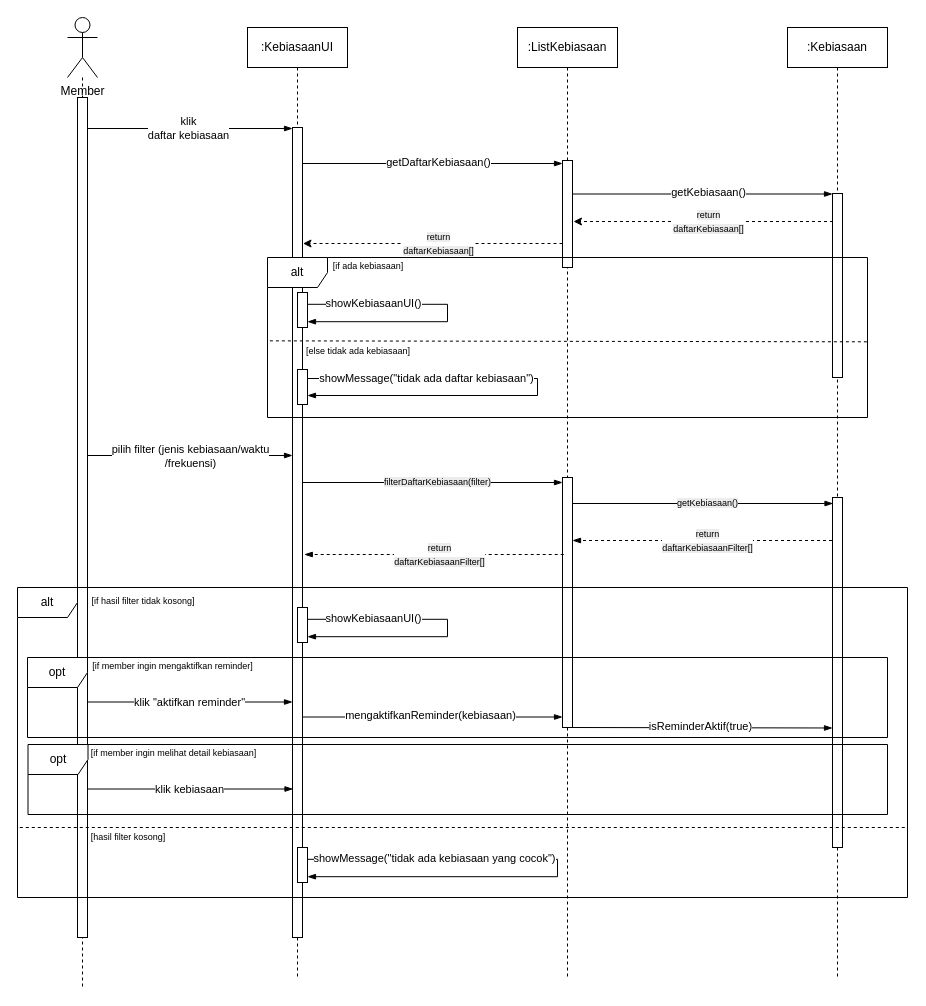
anthef/anthef keeps this draw.io diagram as page "Sequence Diagram" (1 of 2) of Diagram Tanpa Judul.drawio. Above is the earlier version. Source tidied: cells renumbered, new cells numbered last; positions are measured from the earlier drawing's top-left corner, leaving out a move shared by most shapes. Both pictures are drawn from the tidied source at 100%, with x=0, y=0 at pixel (17, 17).
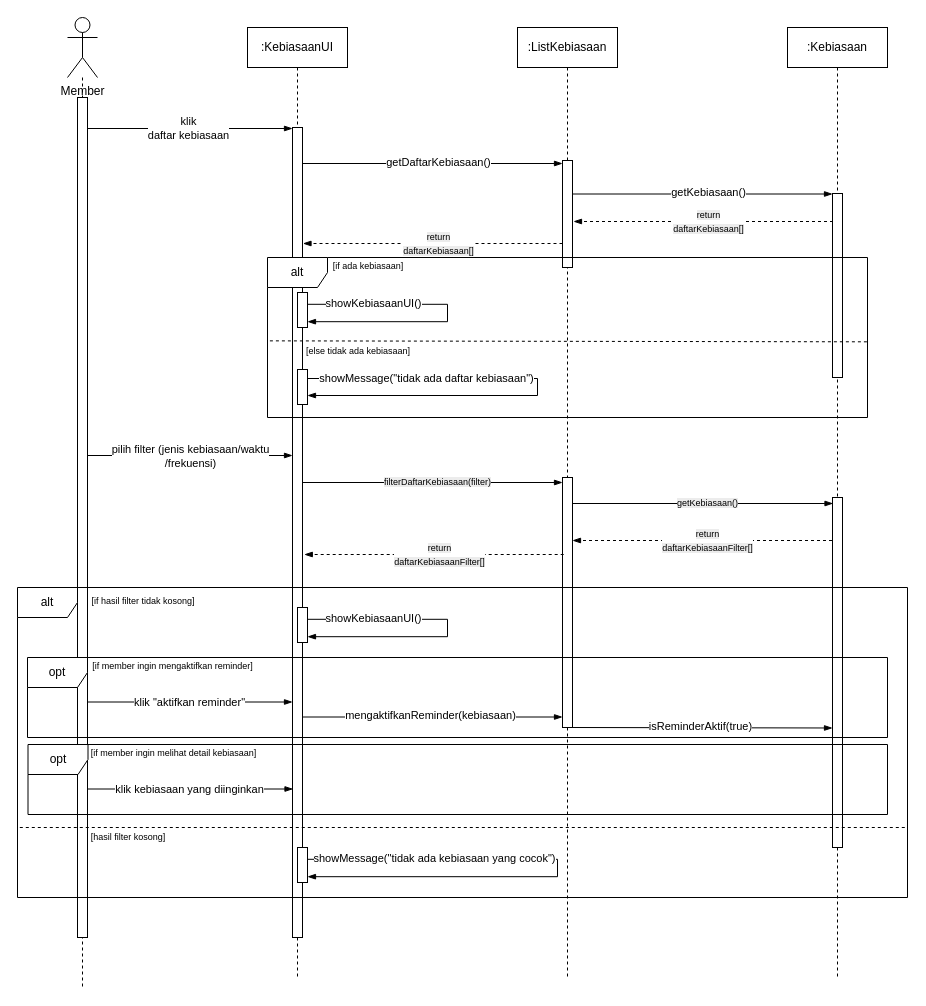
The same diagram, later.

The change refers to these unchanged cells:
```xml
<mxCell id="41" style="endArrow=blockThin;startArrow=none;html=1;rounded=0;startFill=0;endFill=1;" parent="1" edge="1">
  <mxGeometry relative="1" as="geometry">
    <mxPoint x="70.5" y="771.5" as="sourcePoint" />
    <mxPoint x="275.5" y="771.5" as="targetPoint" />
  </mxGeometry>
</mxCell>
```

The edit, as a diff of the source:
```diff
@@
-    <mxCell id="8" style="endArrow=classic;startArrow=none;html=1;rounded=0;startFill=0;dashed=1;" parent="1" edge="1">
+    <mxCell id="8" style="endArrow=blockThin;startArrow=none;html=1;rounded=0;startFill=0;dashed=1;endFill=1;" parent="1" edge="1">
       <mxGeometry relative="1" as="geometry">
         <mxPoint x="545" y="226" as="sourcePoint" />
         <mxPoint x="285.5" y="226" as="targetPoint" />
       </mxGeometry>
     </mxCell>
@@
-    <mxCell id="42" value="klik kebiasaan" style="edgeLabel;html=1;align=center;verticalAlign=middle;" parent="41" vertex="1">
+    <mxCell id="42" value="klik kebiasaan yang diinginkan" style="edgeLabel;html=1;align=center;verticalAlign=middle;" parent="41" vertex="1">
       <mxGeometry x="-0.07" y="3" relative="1" as="geometry">
         <mxPoint x="6" y="3" as="offset" />
       </mxGeometry>
     </mxCell>
@@
-    <mxCell id="44" style="endArrow=classic;startArrow=none;html=1;rounded=0;startFill=0;dashed=1;" parent="1" edge="1">
+    <mxCell id="44" style="endArrow=blockThin;startArrow=none;html=1;rounded=0;startFill=0;dashed=1;endFill=1;" parent="1" edge="1">
       <mxGeometry relative="1" as="geometry">
         <mxPoint x="815.5" y="204" as="sourcePoint" />
         <mxPoint x="556" y="204" as="targetPoint" />
       </mxGeometry>
     </mxCell>
```
